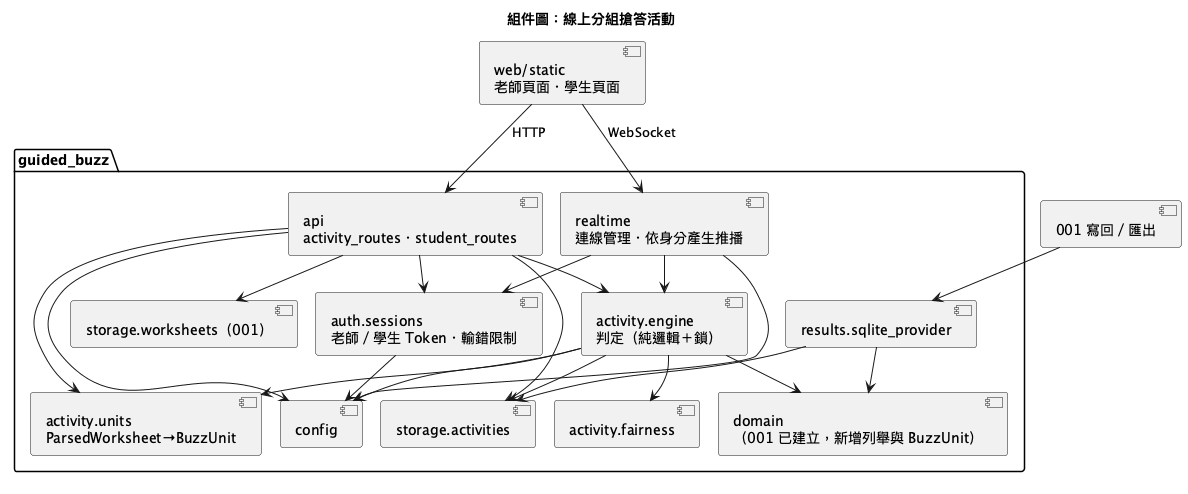
Before: diagrams/002-online-buzz-activity/09-component.png, a diagram exported from PlantUML (silverwind63/SEFinal).
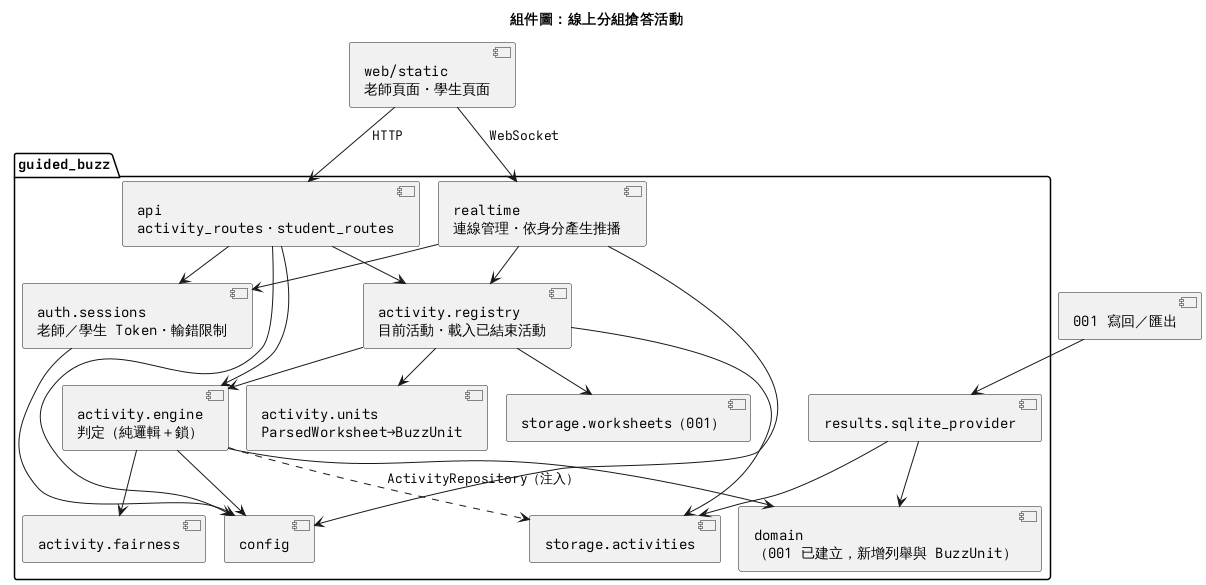
The same diagram one commit later.

Commit message:
docs(002): 依實作重新產生類別圖與組件圖 PNG（T063）

What changed in the source:
```diff
@@ -5,6 +5,7 @@
 package "guided_buzz" {
   component "api\nactivity_routes・student_routes" as api
   component "realtime\n連線管理・依身分產生推播" as realtime
+  component "activity.registry\n目前活動・載入已結束活動" as registry
   component "activity.engine\n判定（純邏輯＋鎖）" as engine
   component "activity.fairness" as fairness
   component "activity.units\nParsedWorksheet→BuzzUnit" as units
@@ -18,16 +19,17 @@
 component "001 寫回／匯出" as f001
 web --> api : HTTP
 web --> realtime : WebSocket
+api --> registry
 api --> engine
 api --> sessions
-api --> astore
-api --> wstore
-api --> units
+registry --> engine
+registry --> units
+registry --> astore
+registry --> wstore
 realtime --> sessions
-realtime --> engine
+realtime --> registry
 engine --> fairness
-engine --> units
-engine --> astore
+engine ..> astore : ActivityRepository（注入）
 engine --> domain
 provider --> astore
 provider --> domain
```
